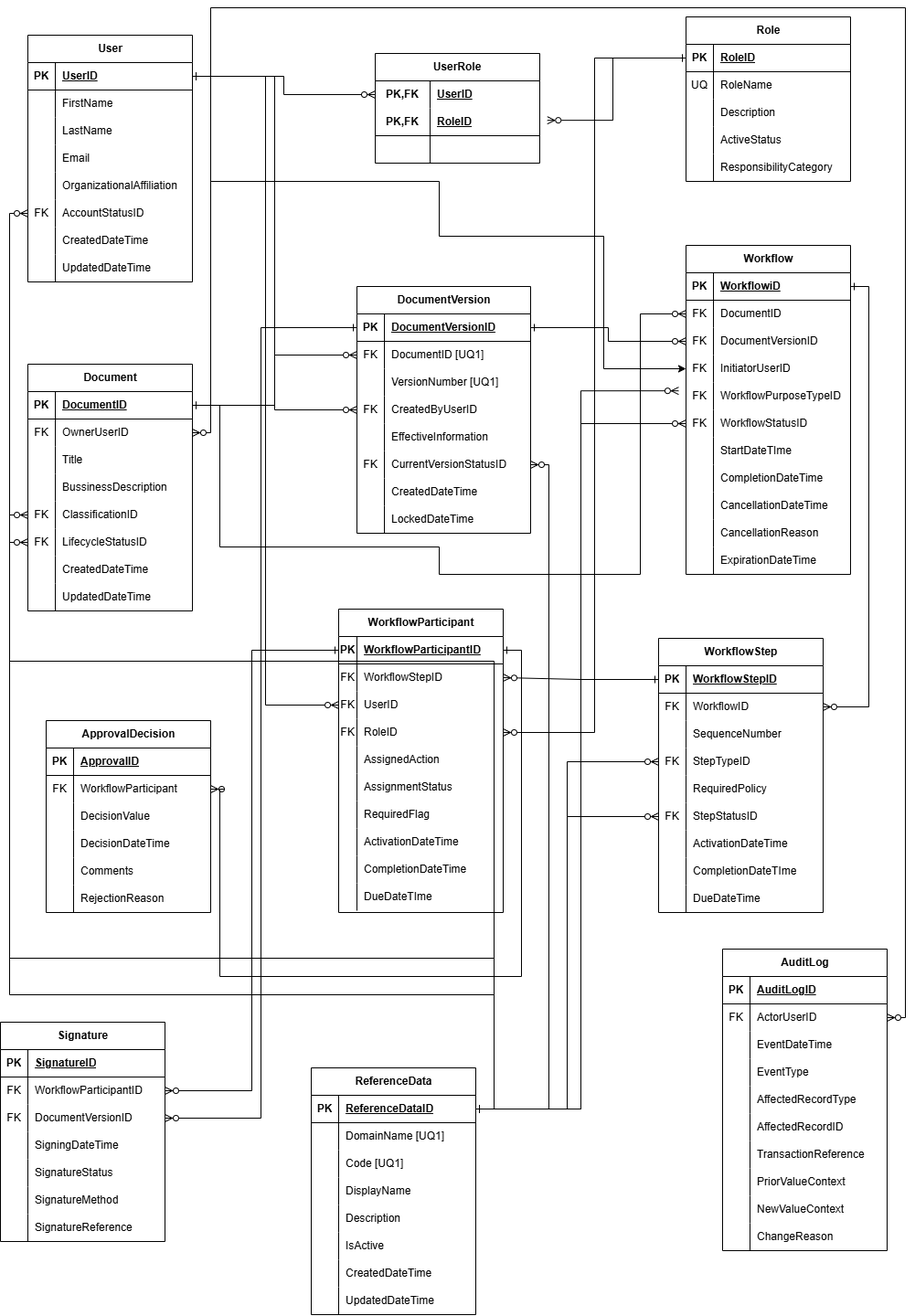
Above: docs/ER-Diagram.png in sanikadeshmukh3/Digital-Document-Signing-Portal (draw.io), before the change. Source tidied: cells renumbered, new cells last; positions are measured from the earlier drawing's top-left corner, leaving out a move shared by most shapes.
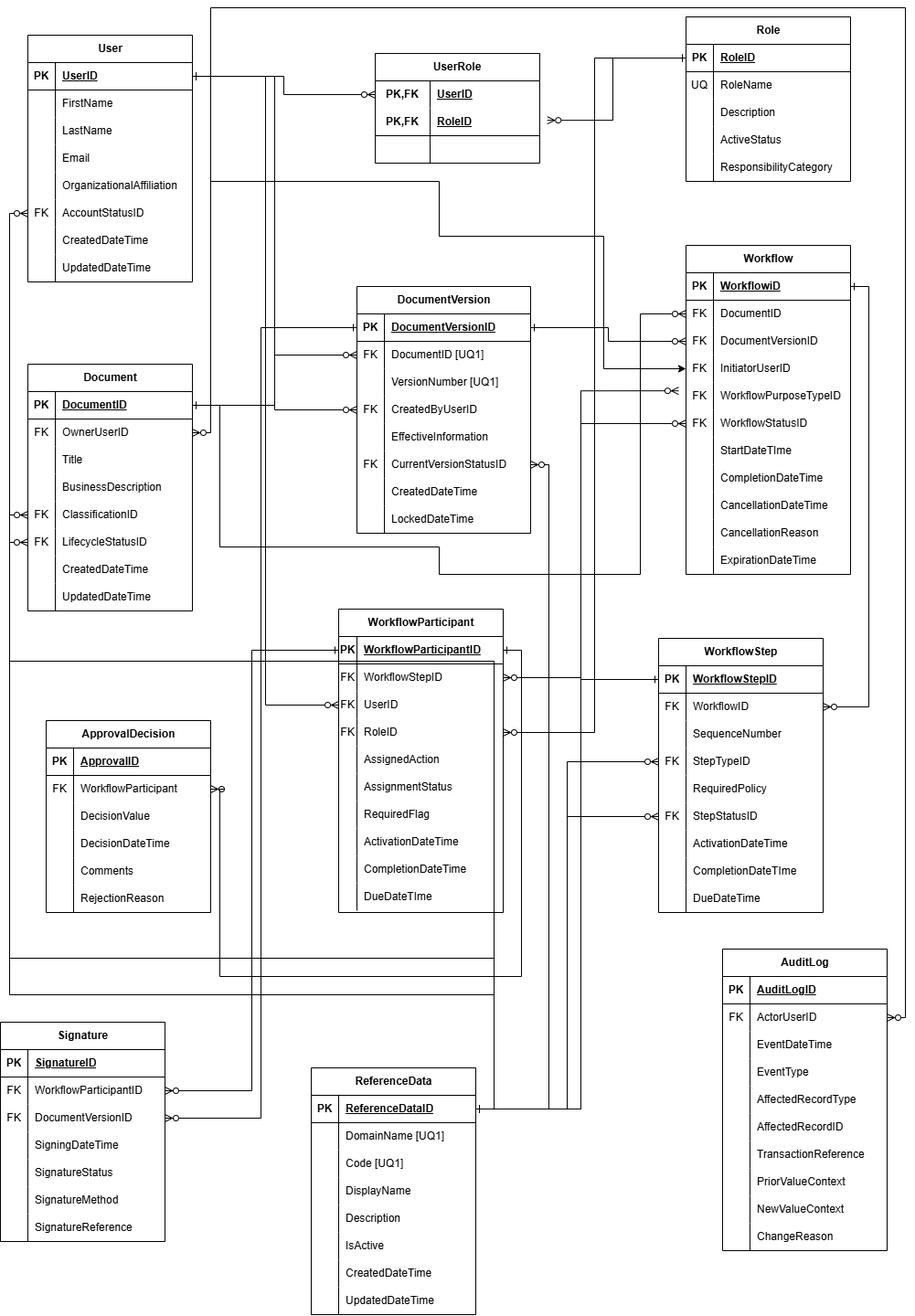
Above is the later version.

Commit message:
isa27: Fixed a typo in the ER Diagram

What changed in the source:
```diff
@@ -191,7 +191,7 @@
     <mxCell id="64" style="shape=partialRectangle;fillColor=none;top=0;left=0;bottom=0;right=0;overflow=hidden;whiteSpace=wrap;html=1;" parent="63" vertex="1">
       <mxGeometry width="30" height="30" as="geometry" />
     </mxCell>
-    <mxCell id="65" value="BussinessDescription" style="shape=partialRectangle;fillColor=none;top=0;left=0;bottom=0;right=0;align=left;spacingLeft=6;overflow=hidden;whiteSpace=wrap;html=1;" parent="63" vertex="1">
+    <mxCell id="65" value="BusinessDescription" style="shape=partialRectangle;fillColor=none;top=0;left=0;bottom=0;right=0;align=left;spacingLeft=6;overflow=hidden;whiteSpace=wrap;html=1;" parent="63" vertex="1">
       <mxGeometry x="30" width="150" height="30" as="geometry" />
     </mxCell>
     <mxCell id="66" style="shape=tableRow;horizontal=0;startSize=0;swimlaneHead=0;swimlaneBody=0;fillColor=none;points=[[0,0.5],[1,0.5]];portConstraint=eastwest;top=0;left=0;right=0;bottom=0;" parent="53" vertex="1">
```
